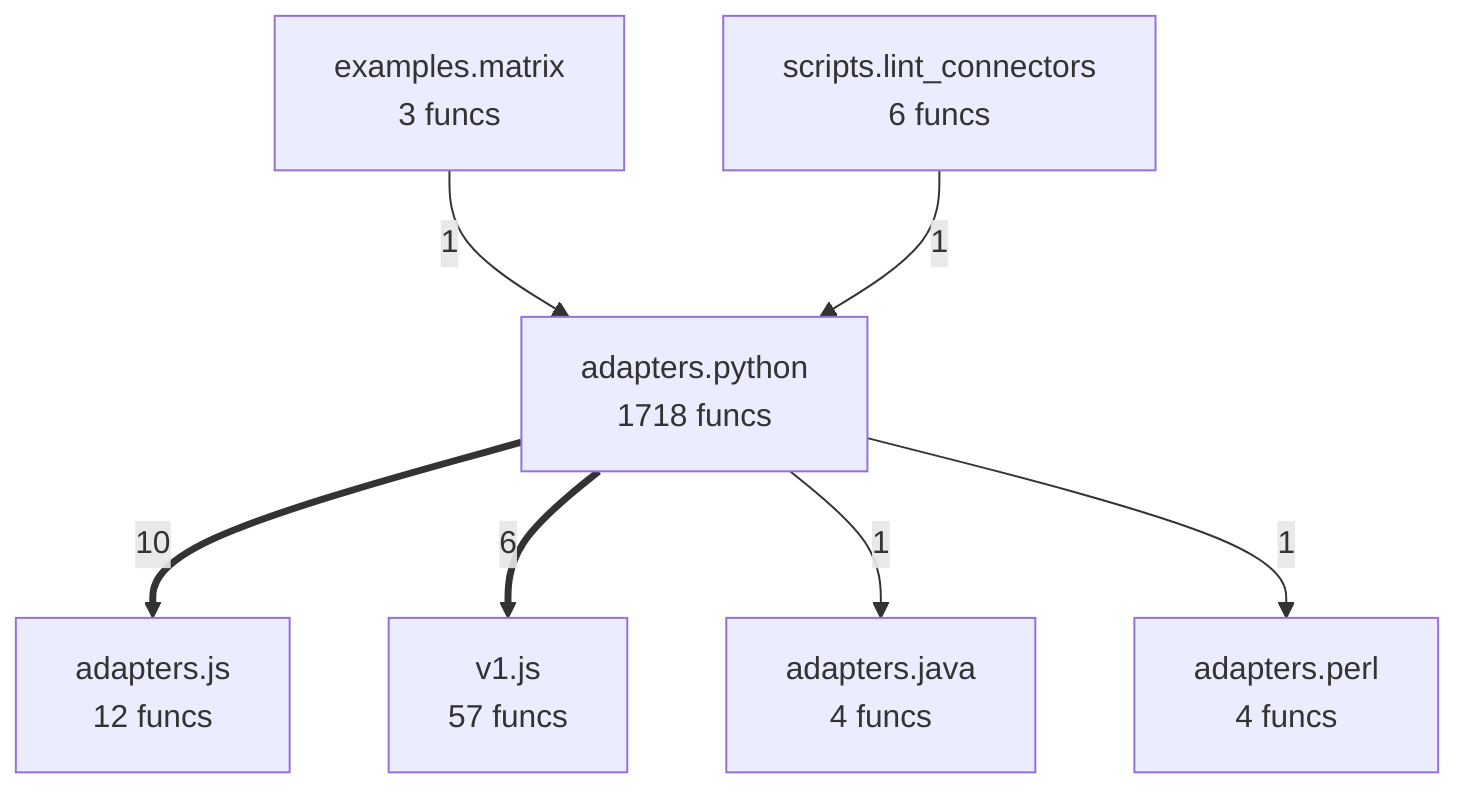
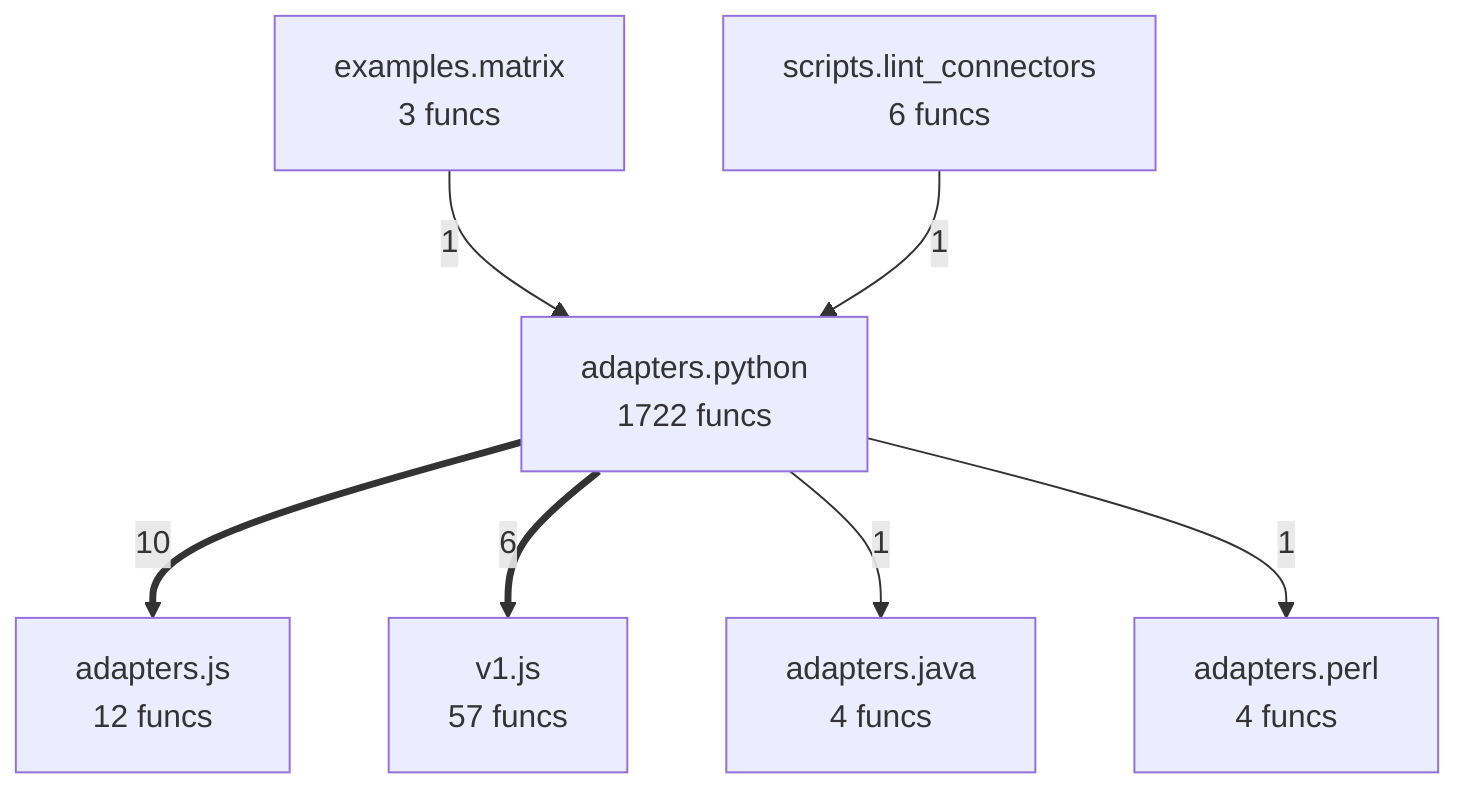
flowchart TD
- %% generated in 0.21s
+ %% generated in 0.04s
    adapters__java["adapters.java<br/>4 funcs"]
    adapters__js["adapters.js<br/>12 funcs"]
    adapters__perl["adapters.perl<br/>4 funcs"]
-     adapters__python["adapters.python<br/>1718 funcs"]
+     adapters__python["adapters.python<br/>1722 funcs"]
    examples__matrix["examples.matrix<br/>3 funcs"]
    scripts__lint_connectors["scripts.lint_connectors<br/>6 funcs"]
    v1__js["v1.js<br/>57 funcs"]
    adapters__python ==>|10| adapters__js
    adapters__python ==>|6| v1__js
    examples__matrix -->|1| adapters__python
    scripts__lint_connectors -->|1| adapters__python
    adapters__python -->|1| adapters__java
    adapters__python -->|1| adapters__perl
